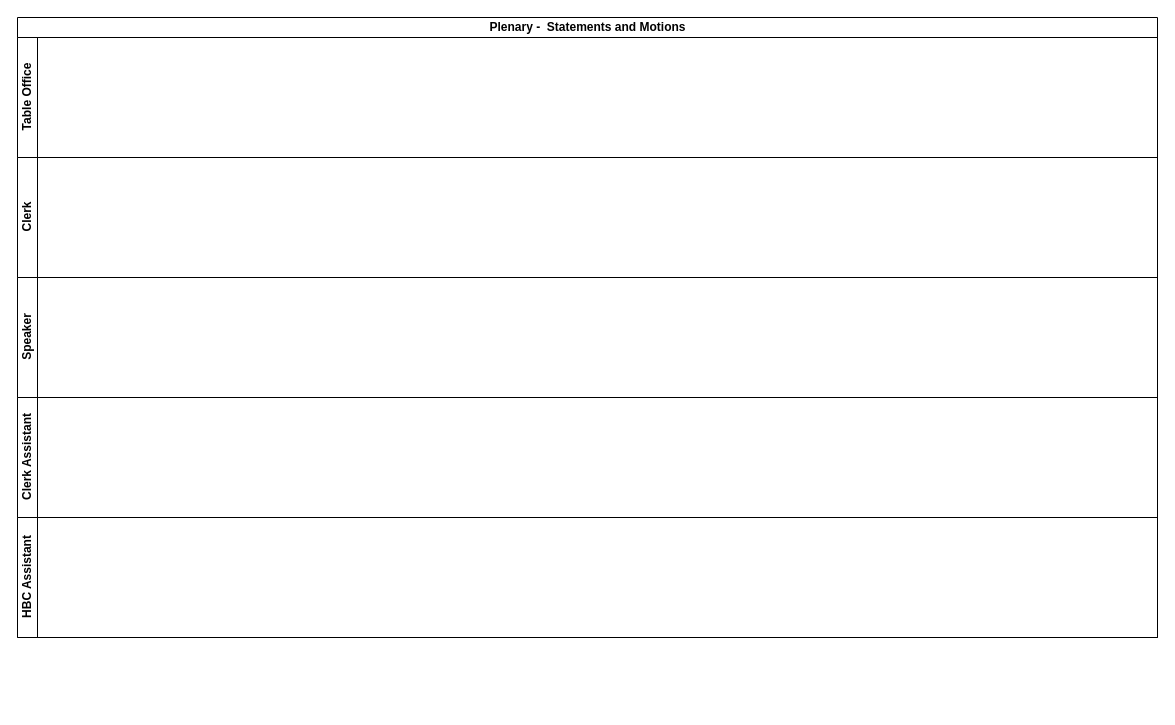
Before: Plenary - Statements and Motions.drawio in kmagua/flowcharts, a draw.io diagram. Source tidied: cells renumbered, new cells numbered last; positions are measured from the earlier drawing's top-left corner, leaving out a move shared by most shapes. Both pictures are drawn from the tidied source at 100%, with x=0, y=0 at pixel (17, 17).
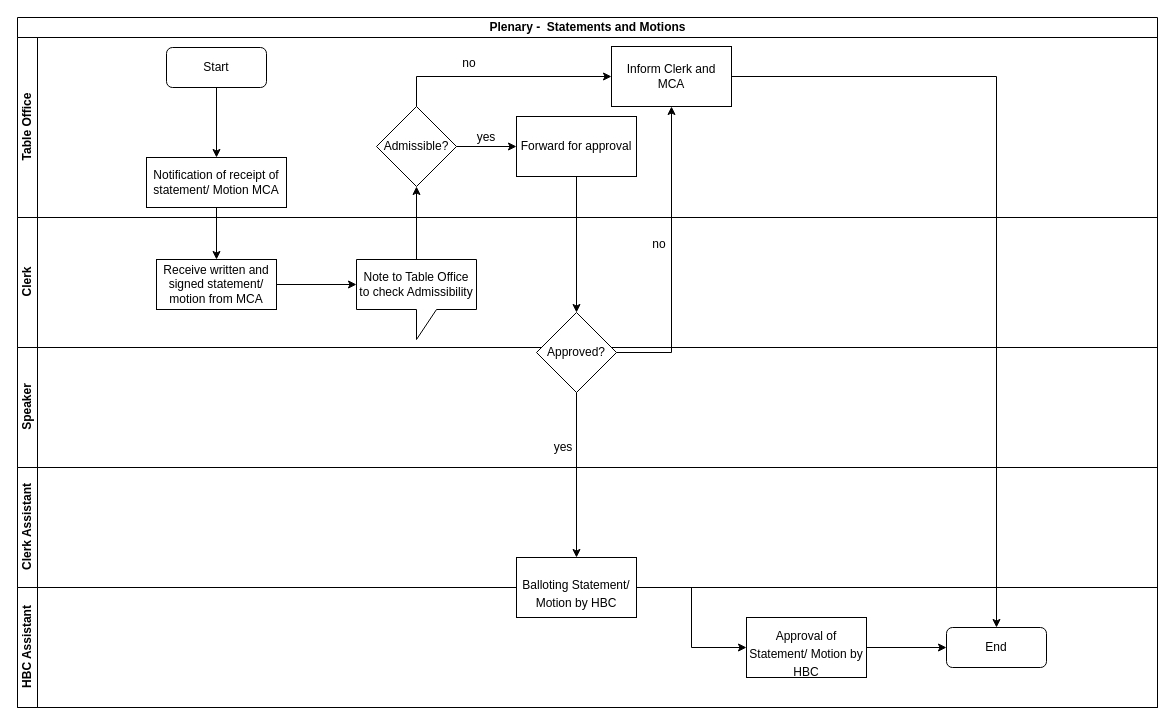
The same page after the edit.

The edit, as a diff of the source:
```diff
@@
     <mxCell id="2" value="Plenary -&amp;nbsp; Statements and Motions" style="swimlane;html=1;horizontal=1;startSize=20;" parent="1" vertex="1">
-      <mxGeometry width="1140" height="620" as="geometry" />
+      <mxGeometry width="1140" height="690" as="geometry" />
     </mxCell>
     <mxCell id="3" value="Table Office" style="swimlane;html=1;startSize=20;horizontal=0;" parent="2" vertex="1">
-      <mxGeometry y="20" width="1140" height="120" as="geometry" />
+      <mxGeometry y="20" width="1140" height="180" as="geometry" />
     </mxCell>
+    <mxCell id="8" value="no" style="text;html=1;strokeColor=none;fillColor=none;align=center;verticalAlign=middle;whiteSpace=wrap;rounded=0;" parent="3" vertex="1">
+      <mxGeometry x="432" y="16" width="40" height="20" as="geometry" />
+    </mxCell>
+    <mxCell id="9" value="Inform Clerk and MCA" style="whiteSpace=wrap;html=1;" parent="3" vertex="1">
+      <mxGeometry x="594" y="9" width="120" height="60" as="geometry" />
+    </mxCell>
+    <mxCell id="10" value="Start" style="rounded=1;whiteSpace=wrap;html=1;" parent="3" vertex="1">
+      <mxGeometry x="149" y="10" width="100" height="40" as="geometry" />
+    </mxCell>
+    <mxCell id="11" value="Notification of receipt of statement/ Motion MCA" style="rounded=0;whiteSpace=wrap;html=1;" parent="3" vertex="1">
+      <mxGeometry x="129" y="120" width="140" height="50" as="geometry" />
+    </mxCell>
+    <mxCell id="12" style="edgeStyle=orthogonalEdgeStyle;rounded=0;jettySize=auto;html=1;entryX=0.5;entryY=0;entryDx=0;entryDy=0;" parent="3" edge="1" source="10" target="11">
+      <mxGeometry relative="1" as="geometry" />
+    </mxCell>
+    <mxCell id="13" value="Admissible?" style="rhombus;whiteSpace=wrap;html=1;" parent="3" vertex="1">
+      <mxGeometry x="359" y="69" width="80" height="80" as="geometry" />
+    </mxCell>
+    <mxCell id="14" value="yes" style="text;html=1;strokeColor=none;fillColor=none;align=center;verticalAlign=middle;whiteSpace=wrap;rounded=0;" parent="3" vertex="1">
+      <mxGeometry x="449" y="90" width="40" height="20" as="geometry" />
+    </mxCell>
+    <mxCell id="15" style="edgeStyle=orthogonalEdgeStyle;rounded=0;jettySize=auto;html=1;" parent="3" edge="1" source="13" target="9">
+      <mxGeometry relative="1" as="geometry">
+        <Array as="points">
+          <mxPoint x="399" y="39" />
+        </Array>
+      </mxGeometry>
+    </mxCell>
     <mxCell id="4" value="Clerk" style="swimlane;html=1;startSize=20;horizontal=0;" parent="2" vertex="1">
-      <mxGeometry y="140" width="1140" height="120" as="geometry" />
+      <mxGeometry y="200" width="1140" height="130" as="geometry" />
     </mxCell>
+    <mxCell id="16" value="Note to Table Office to check Admissibility" style="shape=callout;whiteSpace=wrap;html=1;perimeter=calloutPerimeter;" parent="4" vertex="1">
+      <mxGeometry x="339" y="42" width="120" height="80" as="geometry" />
+    </mxCell>
+    <mxCell id="17" value="Receive written and signed statement/ motion from MCA" style="whiteSpace=wrap;html=1;rounded=0;" parent="4" vertex="1">
+      <mxGeometry x="139" y="42" width="120" height="50" as="geometry" />
+    </mxCell>
+    <mxCell id="18" style="edgeStyle=orthogonalEdgeStyle;rounded=0;jettySize=auto;html=1;entryX=0;entryY=0;entryDx=0;entryDy=25;entryPerimeter=0;" parent="4" edge="1" source="17" target="16">
+      <mxGeometry relative="1" as="geometry" />
+    </mxCell>
     <mxCell id="5" value="Speaker" style="swimlane;html=1;startSize=20;horizontal=0;" parent="2" vertex="1">
-      <mxGeometry y="260" width="1140" height="120" as="geometry" />
+      <mxGeometry y="330" width="1140" height="120" as="geometry" />
     </mxCell>
+    <mxCell id="19" value="Approved?" style="rhombus;whiteSpace=wrap;html=1;" parent="5" vertex="1">
+      <mxGeometry x="519" y="-35" width="80" height="80" as="geometry" />
+    </mxCell>
+    <mxCell id="20" value="yes" style="text;html=1;strokeColor=none;fillColor=none;align=center;verticalAlign=middle;whiteSpace=wrap;rounded=0;" parent="5" vertex="1">
+      <mxGeometry x="526" y="90" width="40" height="20" as="geometry" />
+    </mxCell>
     <mxCell id="6" value="Clerk Assistant" style="swimlane;html=1;startSize=20;horizontal=0;" parent="2" vertex="1">
-      <mxGeometry y="380" width="1140" height="120" as="geometry" />
+      <mxGeometry y="450" width="1140" height="120" as="geometry" />
     </mxCell>
     <mxCell id="7" value="HBC Assistant" style="swimlane;html=1;startSize=20;horizontal=0;" parent="2" vertex="1">
-      <mxGeometry y="500" width="1140" height="120" as="geometry" />
+      <mxGeometry y="570" width="1140" height="120" as="geometry" />
     </mxCell>
+    <mxCell id="21" value="&lt;br/&gt;&lt;p style=&quot;margin-bottom: 0in ; line-height: 150%&quot;&gt;Balloting Statement/&lt;br/&gt;Motion by HBC&lt;/p&gt;&lt;br/&gt;" style="whiteSpace=wrap;html=1;" parent="7" vertex="1">
+      <mxGeometry x="499" y="-30" width="120" height="60" as="geometry" />
+    </mxCell>
+    <mxCell id="22" style="edgeStyle=orthogonalEdgeStyle;rounded=0;jettySize=auto;html=1;" parent="7" edge="1" source="21" target="24">
+      <mxGeometry relative="1" as="geometry" />
+    </mxCell>
+    <mxCell id="23" value="End" style="rounded=1;whiteSpace=wrap;html=1;" parent="7" vertex="1">
+      <mxGeometry x="929" y="40" width="100" height="40" as="geometry" />
+    </mxCell>
+    <mxCell id="24" value="&lt;br/&gt;&lt;p style=&quot;margin-bottom: 0in ; line-height: 150%&quot;&gt;Approval of&lt;br/&gt;Statement/ Motion by HBC&lt;/p&gt;&lt;br/&gt;" style="whiteSpace=wrap;html=1;" parent="7" vertex="1">
+      <mxGeometry x="729" y="30" width="120" height="60" as="geometry" />
+    </mxCell>
+    <mxCell id="25" style="edgeStyle=orthogonalEdgeStyle;rounded=0;jettySize=auto;html=1;entryX=0;entryY=0.5;entryDx=0;entryDy=0;" parent="7" edge="1" source="24" target="23">
+      <mxGeometry relative="1" as="geometry" />
+    </mxCell>
+    <mxCell id="26" style="edgeStyle=orthogonalEdgeStyle;rounded=0;jettySize=auto;html=1;" parent="2" edge="1" source="11" target="17">
+      <mxGeometry relative="1" as="geometry" />
+    </mxCell>
+    <mxCell id="27" style="edgeStyle=orthogonalEdgeStyle;rounded=0;jettySize=auto;html=1;" parent="2" edge="1" source="16" target="13">
+      <mxGeometry relative="1" as="geometry" />
+    </mxCell>
+    <mxCell id="28" style="edgeStyle=orthogonalEdgeStyle;rounded=0;jettySize=auto;html=1;entryX=0.5;entryY=0;entryDx=0;entryDy=0;" parent="2" edge="1" source="9" target="23">
+      <mxGeometry relative="1" as="geometry" />
+    </mxCell>
+    <mxCell id="29" style="edgeStyle=orthogonalEdgeStyle;rounded=0;jettySize=auto;html=1;entryX=0.5;entryY=0;entryDx=0;entryDy=0;" parent="2" edge="1" source="19" target="21">
+      <mxGeometry relative="1" as="geometry" />
+    </mxCell>
+    <mxCell id="30" style="edgeStyle=orthogonalEdgeStyle;rounded=0;jettySize=auto;html=1;entryX=0.5;entryY=1;entryDx=0;entryDy=0;" parent="2" edge="1" source="19" target="9">
+      <mxGeometry relative="1" as="geometry">
+        <Array as="points">
+          <mxPoint x="654" y="335" />
+        </Array>
+      </mxGeometry>
+    </mxCell>
+    <mxCell id="31" style="edgeStyle=orthogonalEdgeStyle;rounded=0;jettySize=auto;html=1;" parent="1" edge="1" source="32" target="19">
+      <mxGeometry relative="1" as="geometry" />
+    </mxCell>
+    <mxCell id="32" value="Forward for approval" style="whiteSpace=wrap;html=1;" parent="1" vertex="1">
+      <mxGeometry x="499" y="99" width="120" height="60" as="geometry" />
+    </mxCell>
+    <mxCell id="33" style="edgeStyle=orthogonalEdgeStyle;rounded=0;jettySize=auto;html=1;" parent="1" edge="1" source="13" target="32">
+      <mxGeometry relative="1" as="geometry" />
+    </mxCell>
+    <mxCell id="34" value="no" style="text;html=1;strokeColor=none;fillColor=none;align=center;verticalAlign=middle;whiteSpace=wrap;rounded=0;" parent="1" vertex="1">
+      <mxGeometry x="622" y="217" width="40" height="20" as="geometry" />
+    </mxCell>
```
